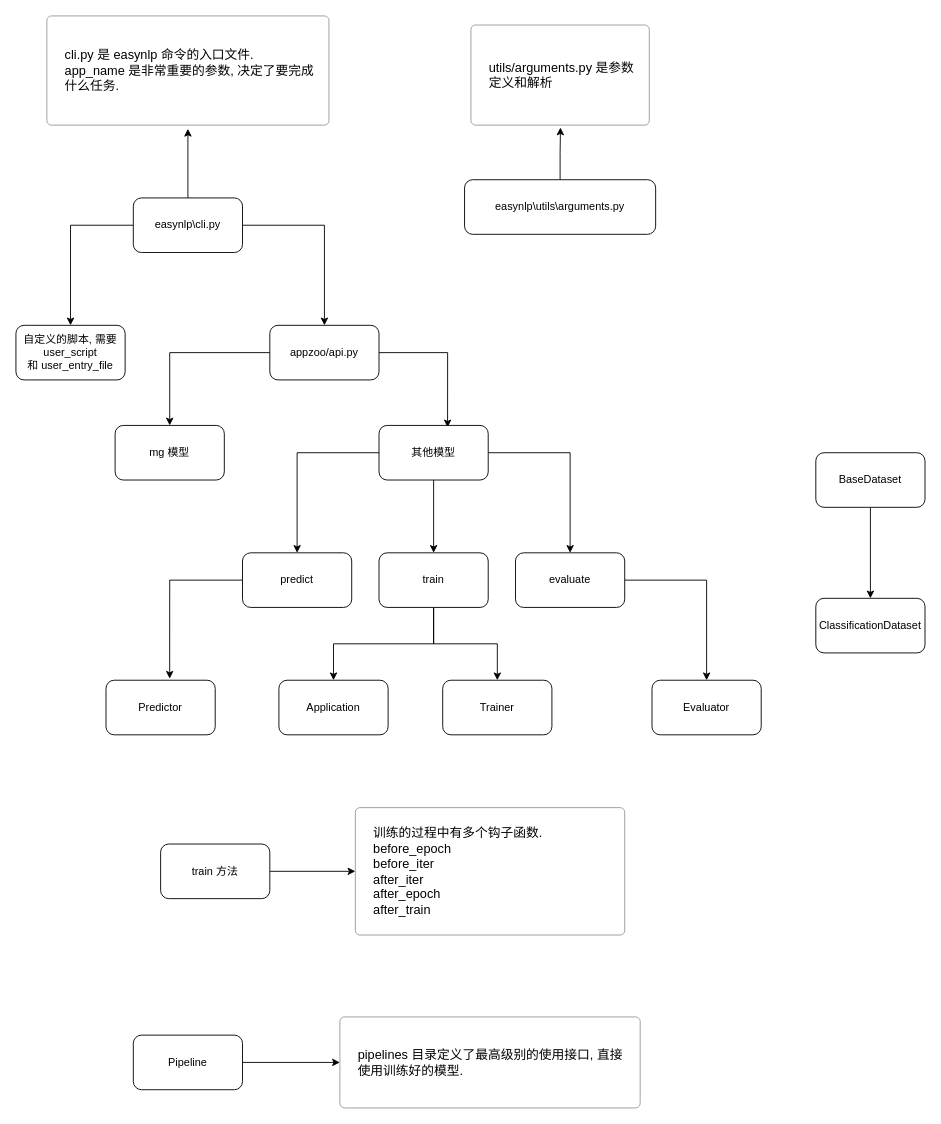
The draw.io diagram easynlp.drawio in zhenhua32/EasyNLP, before the edit. Source tidied: cells renumbered, new cells numbered last; positions are measured from the earlier drawing's top-left corner, leaving out a move shared by most shapes. Both pictures are drawn from the tidied source at 91%, with x=0, y=0 at pixel (15, 15).
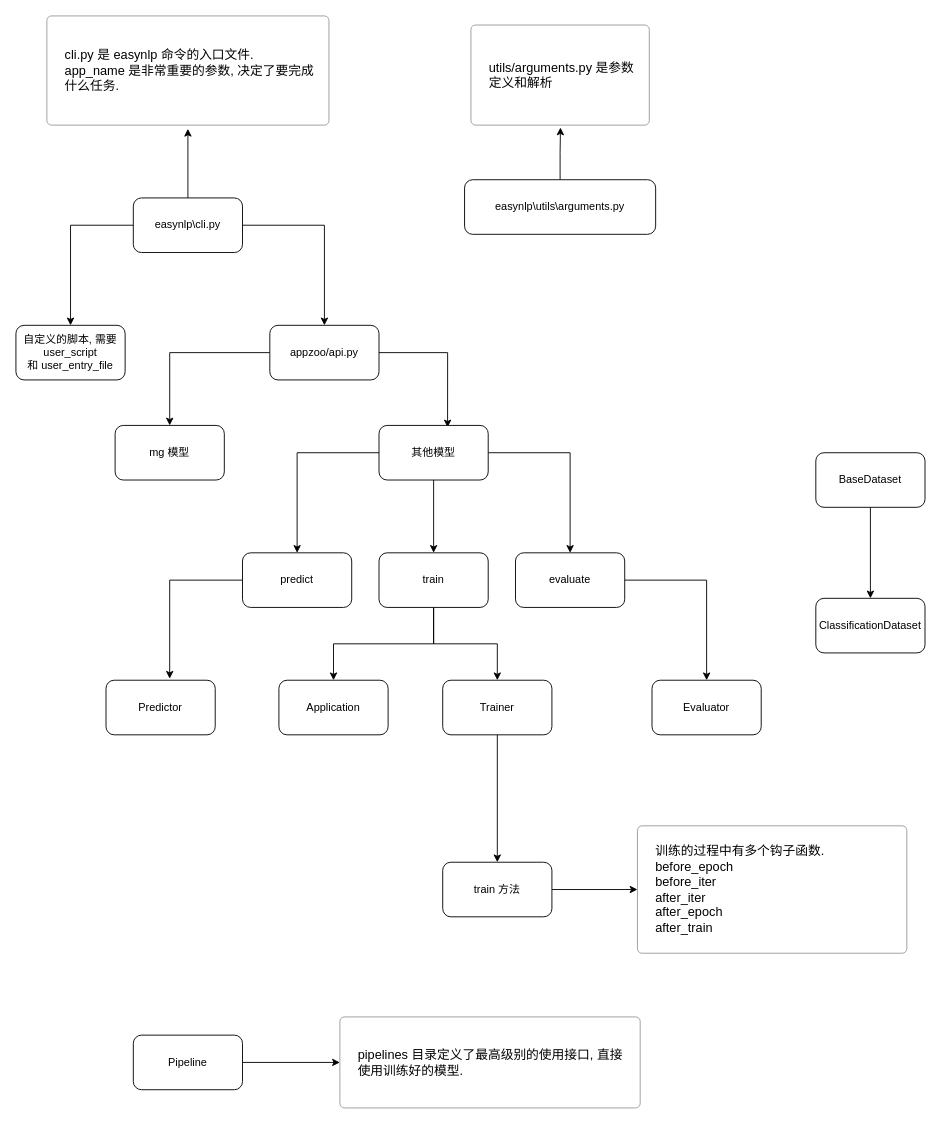
The same page after the edit.

Unchanged cells that the change refers to:
```xml
<mxCell id="32" value="Trainer" style="rounded=1;whiteSpace=wrap;html=1;" parent="1" vertex="1">
  <mxGeometry x="469" y="730" width="120" height="60" as="geometry" />
</mxCell>
```

The edit, as a diff of the source:
```diff
@@
+    <mxCell id="39" style="edgeStyle=orthogonalEdgeStyle;rounded=0;jettySize=auto;html=1;" parent="1" edge="1" source="32" target="34">
+      <mxGeometry relative="1" as="geometry" />
+    </mxCell>
@@
     <mxCell id="34" value="train 方法" style="rounded=1;whiteSpace=wrap;html=1;" parent="1" vertex="1">
-      <mxGeometry x="159" y="910" width="120" height="60" as="geometry" />
+      <mxGeometry x="469" y="930" width="120" height="60" as="geometry" />
     </mxCell>
     <mxCell id="35" value="训练的过程中有多个钩子函数.&lt;br&gt;before_epoch&lt;br&gt;before_iter&lt;br&gt;after_iter&lt;br&gt;after_epoch&lt;br&gt;after_train" style="html=1;shadow=0;dashed=0;shape=mxgraph.bootstrap.rrect;rSize=5;strokeColor=#999999;strokeWidth=1;fillColor=#FFFFFF;fontColor=#000000;whiteSpace=wrap;align=left;verticalAlign=middle;spacingLeft=10;fontSize=14;spacing=10;" parent="1" vertex="1">
-      <mxGeometry x="373" y="870" width="296" height="140" as="geometry" />
+      <mxGeometry x="683" y="890" width="296" height="140" as="geometry" />
     </mxCell>
```
